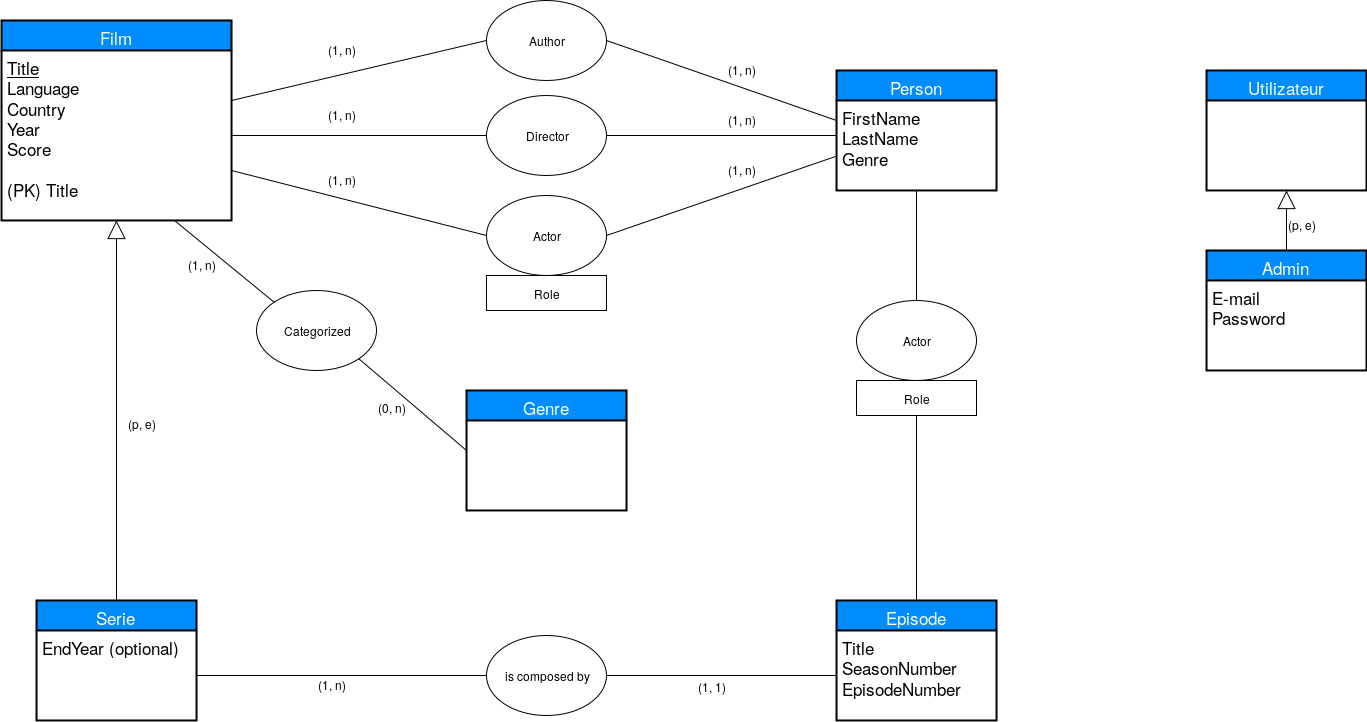
Above: Rapport/Pic/ER_Driagram.png in rumuricoste/DB_Project (draw.io), before the change. Source tidied: cells renumbered, new cells last; positions are measured from the earlier drawing's top-left corner, leaving out a move shared by most shapes.
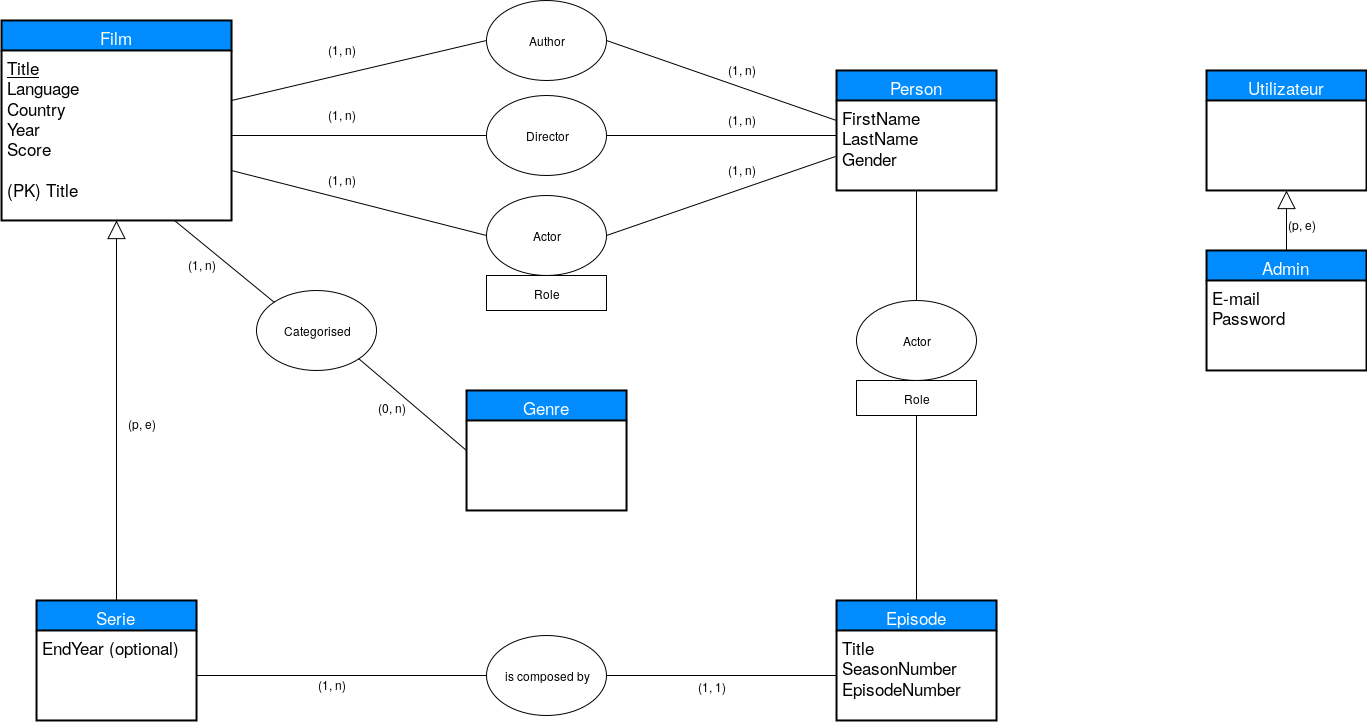
The same diagram one commit later.

What changed in the source:
```diff
@@ -20,7 +20,7 @@
     <mxCell id="7" value="Person" style="swimlane;html=1;horizontal=1;startSize=30;fillColor=#008cff;fontColor=#FFFFFF;rounded=0;fontSize=17;fontStyle=0;strokeWidth=2;shadow=0;dashed=0;align=center;swimlaneLine=1;" parent="1" vertex="1">
       <mxGeometry x="835" y="70" width="160" height="120" as="geometry" />
     </mxCell>
-    <mxCell id="8" value="FirstName&lt;br&gt;LastName&lt;br&gt;Genre&lt;br&gt;" style="whiteSpace=wrap;html=1;align=left;strokeColor=none;fillColor=none;spacingLeft=4;fontSize=17;verticalAlign=top;rounded=0;glass=0;shadow=0;" parent="7" vertex="1">
+    <mxCell id="8" value="FirstName&lt;br&gt;LastName&lt;br&gt;Gender" style="whiteSpace=wrap;html=1;align=left;strokeColor=none;fillColor=none;spacingLeft=4;fontSize=17;verticalAlign=top;rounded=0;glass=0;shadow=0;" parent="7" vertex="1">
       <mxGeometry y="30" width="160" height="90" as="geometry" />
     </mxCell>
     <mxCell id="9" value="Author" style="ellipse;whiteSpace=wrap;html=1;" parent="1" vertex="1">
@@ -103,7 +103,7 @@
     <mxCell id="34" value="(p, e)" style="text;html=1;align=left;verticalAlign=top;spacingTop=-4;" parent="1" vertex="1">
       <mxGeometry x="125" y="414" width="40" height="20" as="geometry" />
     </mxCell>
-    <mxCell id="35" value="Categorized" style="ellipse;whiteSpace=wrap;html=1;" parent="1" vertex="1">
+    <mxCell id="35" value="Categorised" style="ellipse;whiteSpace=wrap;html=1;" parent="1" vertex="1">
       <mxGeometry x="255" y="290" width="120" height="80" as="geometry" />
     </mxCell>
     <mxCell id="36" style="html=1;endArrow=none;startArrow=none;entryX=1;entryY=1;exitX=0;exitY=0.5;endFill=0;startFill=0;" parent="1" edge="1" source="15" target="35">
```
